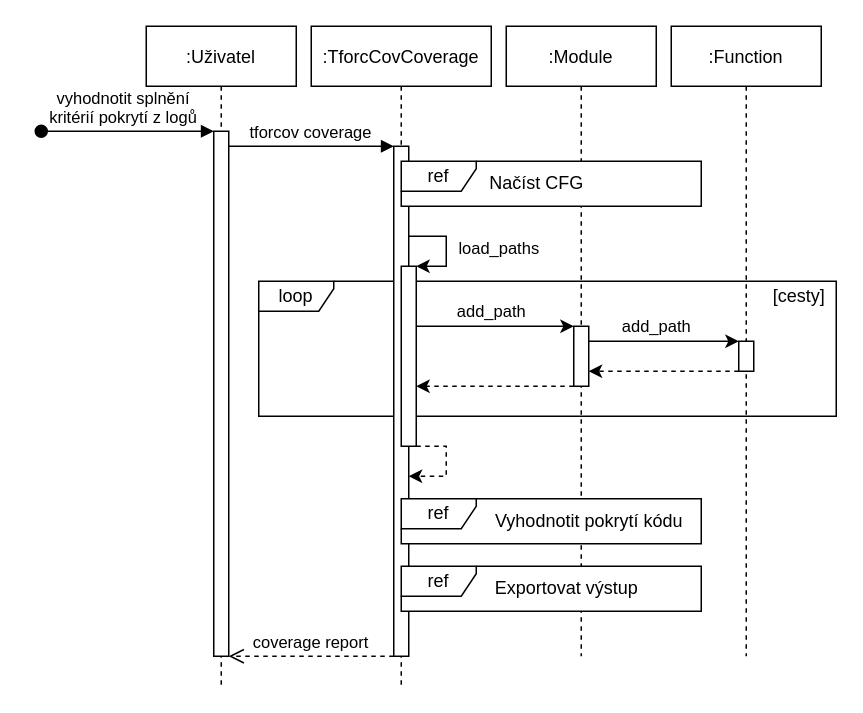
The draw.io diagram coverage_loadpaths_sequence_diagram.drawio in petkapou/DIP_diagrams, before the edit. Source tidied: cells renumbered, new cells numbered last; positions are measured from the earlier drawing's top-left corner, leaving out a move shared by most shapes. Both pictures are drawn from the tidied source at 150%, with x=0, y=0 at pixel (40, 26).
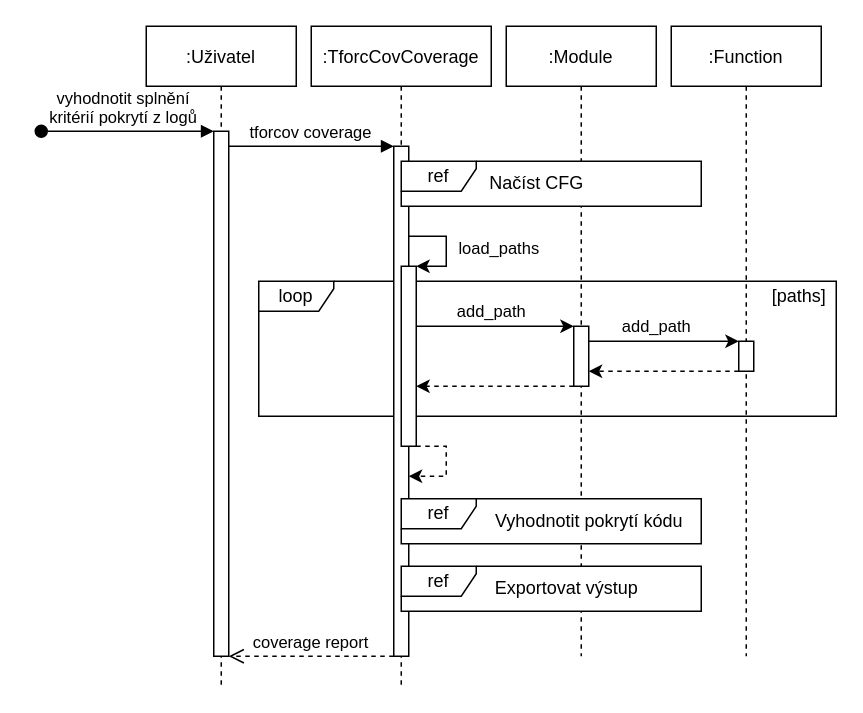
The same page after the edit.

What changed in the source:
```diff
@@
-    <mxCell id="25" value="[cesty]" style="text;html=1;align=center;verticalAlign=middle;fillColor=none;strokeColor=none;rounded=0;" parent="1" vertex="1">
+    <mxCell id="25" value="[paths]" style="text;html=1;align=center;verticalAlign=middle;fillColor=none;strokeColor=none;rounded=0;" parent="1" vertex="1">
       <mxGeometry x="480" y="170" width="50" height="20" as="geometry" />
     </mxCell>
```
